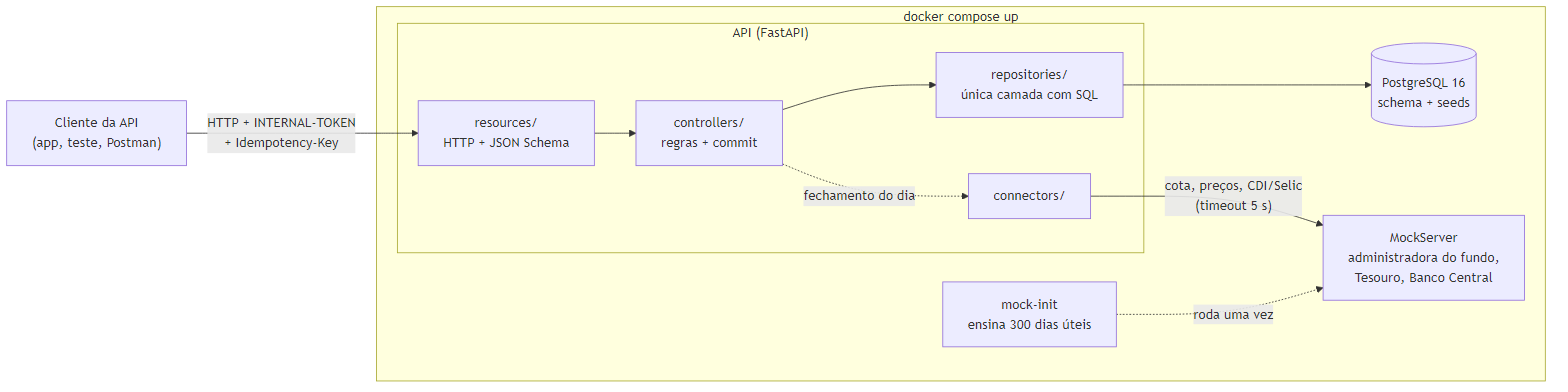
Above: docs/diagramas/arquitetura.png in heluylucas/bootcamp-qi-tech-presidas- (Mermaid), before the change. Its source is kept beside it as docs/diagramas/arquitetura.mmd. Its diagram source:
```mermaid
flowchart LR
    cli["Cliente da API<br/>(app, teste, Postman)"]

    subgraph compose["docker compose up"]
        direction LR
        subgraph api["API (FastAPI)"]
            direction TB
            res["resources/<br/>HTTP + JSON Schema"] --> ctl["controllers/<br/>regras + commit"]
            ctl --> rep["repositories/<br/>única camada com SQL"]
            ctl -. fechamento do dia .-> con["connectors/"]
        end
        db[("PostgreSQL 16<br/>schema + seeds")]
        mock["MockServer<br/>administradora do fundo,<br/>Tesouro, Banco Central"]
        init["mock-init<br/>ensina 300 dias úteis"]
    end

    cli -- "HTTP + INTERNAL-TOKEN<br/>+ Idempotency-Key" --> res
    rep --> db
    con -- "cota, preços, CDI/Selic<br/>(timeout 5 s)" --> mock
    init -. roda uma vez .-> mock
```
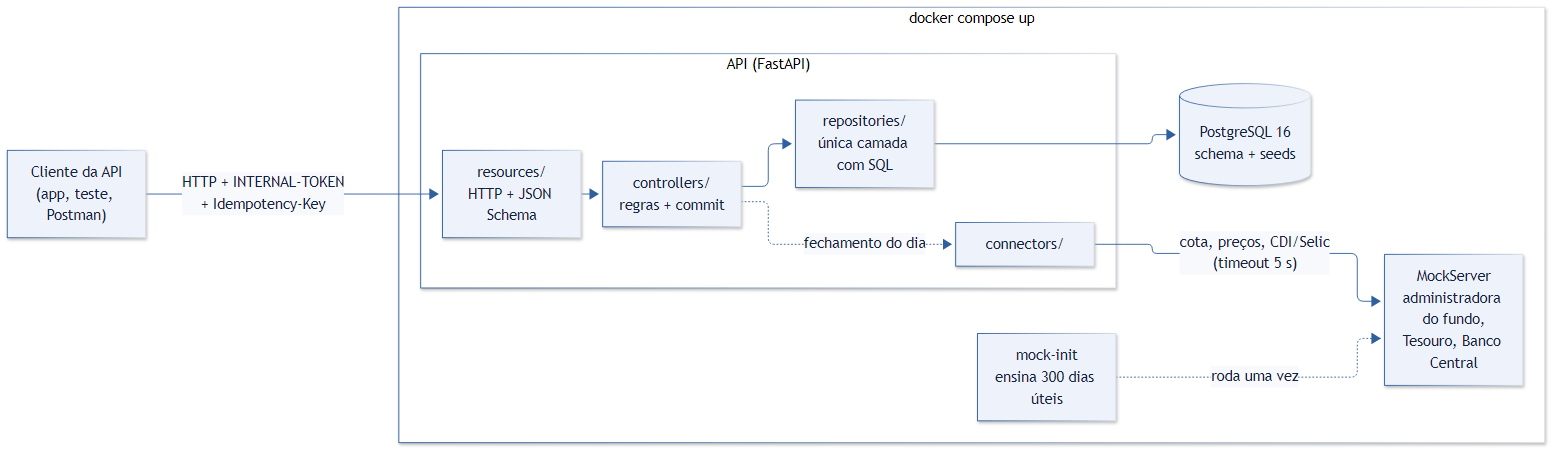
Above is the later version.

What changed in the source:
```diff
@@ -1,3 +1,17 @@
+---
+config:
+  theme: base
+  themeVariables:
+    primaryColor: "#eef3fb"
+    primaryBorderColor: "#2f5f9e"
+    primaryTextColor: "#10233f"
+    lineColor: "#2f5f9e"
+    secondaryColor: "#f7f9fd"
+    tertiaryColor: "#ffffff"
+    noteBkgColor: "#f7f9fd"
+    noteBorderColor: "#2f5f9e"
+    noteTextColor: "#10233f"
+---
 flowchart LR
     cli["Cliente da API<br/>(app, teste, Postman)"]
 
```
